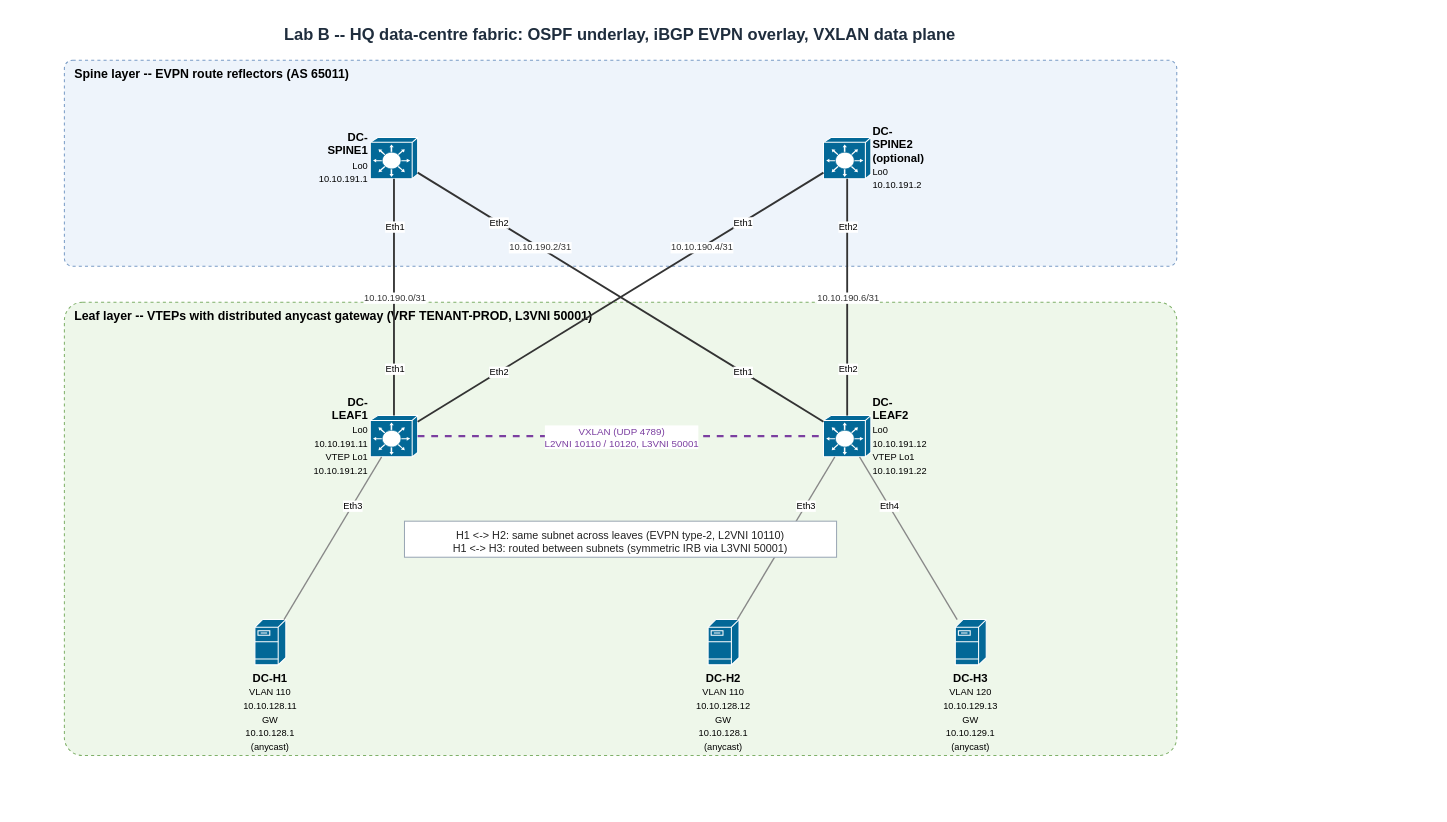
ducpham06/Assignment2-Computer-Network keeps this draw.io diagram as diagrams/05-dc-evpn-fabric.drawio. Above is the earlier version. Source tidied: cells renumbered, new cells numbered last; positions are measured from the earlier drawing's top-left corner, leaving out a move shared by most shapes. Both pictures are drawn from the tidied source at 103%, with x=0, y=0 at pixel (64, 18).
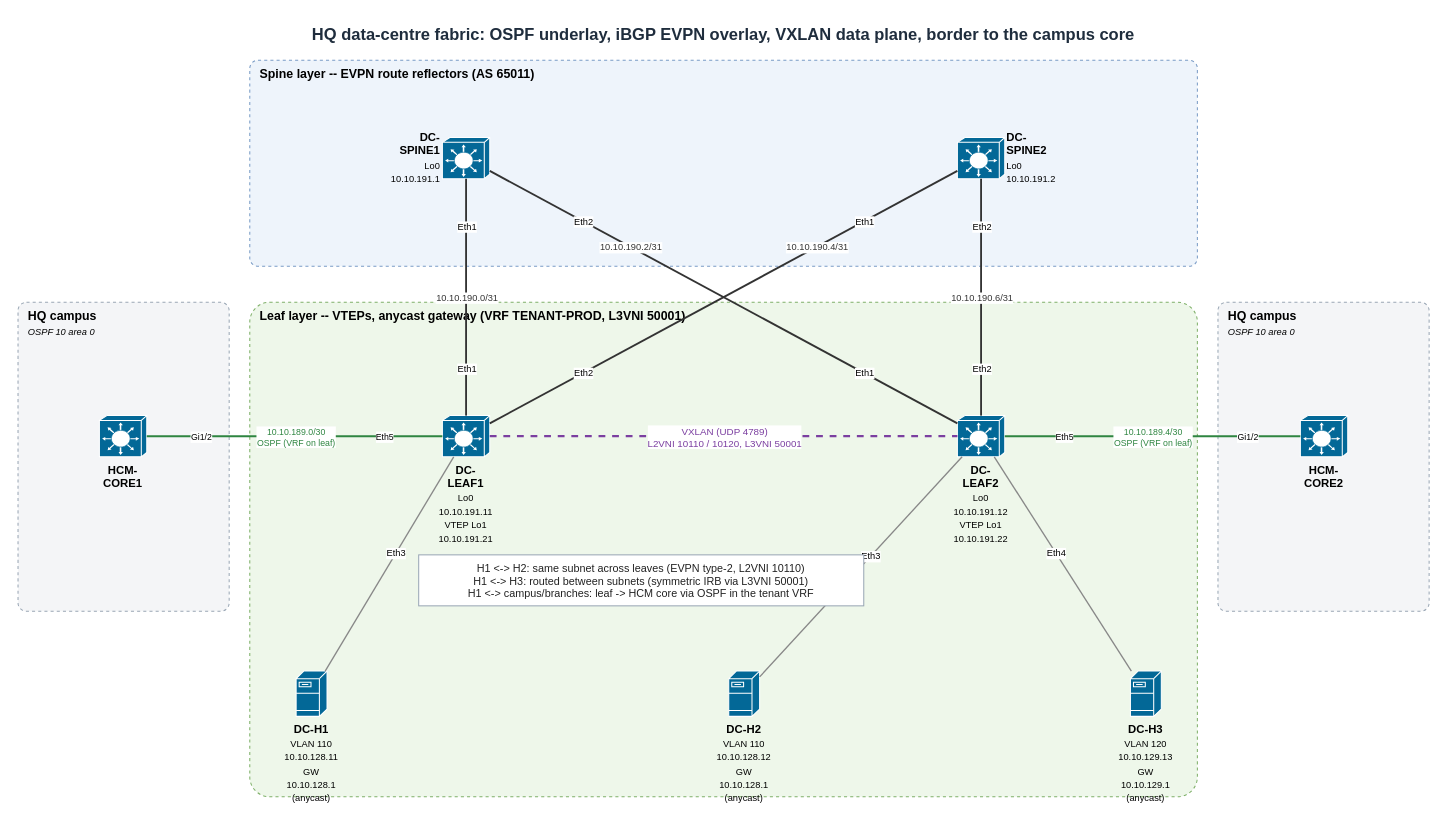
The same page after the edit.

The edit, as a diff of the source:
```diff
@@
     <mxCell id="2" value="Spine layer -- EVPN route reflectors (AS 65011)" style="rounded=1;arcSize=4;whiteSpace=wrap;html=1;fillColor=#eef4fb;strokeColor=#7a9cc6;dashed=1;verticalAlign=top;align=left;spacingLeft=8;fontStyle=1;fontSize=12;" parent="1" vertex="1">
-      <mxGeometry y="41" width="1080" height="200" as="geometry" />
+      <mxGeometry x="180" y="41" width="920" height="200" as="geometry" />
     </mxCell>
-    <mxCell id="3" value="Leaf layer -- VTEPs with distributed anycast gateway (VRF TENANT-PROD, L3VNI 50001)" style="rounded=1;arcSize=4;whiteSpace=wrap;html=1;fillColor=#eef7ea;strokeColor=#7fb069;dashed=1;verticalAlign=top;align=left;spacingLeft=8;fontStyle=1;fontSize=12;" parent="1" vertex="1">
-      <mxGeometry y="276" width="1080" height="440" as="geometry" />
+    <mxCell id="3" value="Leaf layer -- VTEPs, anycast gateway (VRF TENANT-PROD, L3VNI 50001)" style="rounded=1;arcSize=4;whiteSpace=wrap;html=1;fillColor=#eef7ea;strokeColor=#7fb069;dashed=1;verticalAlign=top;align=left;spacingLeft=8;fontStyle=1;fontSize=12;" parent="1" vertex="1">
+      <mxGeometry x="180" y="276" width="920" height="480" as="geometry" />
     </mxCell>
-    <mxCell id="4" value="&lt;b&gt;DC-SPINE1&lt;/b&gt;&lt;br&gt;&lt;span style='font-size:9px'&gt;Lo0 10.10.191.1&lt;/span&gt;" style="shape=mxgraph.cisco.switches.layer_3_switch;fillColor=#036897;strokeColor=#ffffff;html=1;whiteSpace=wrap;fontSize=11;labelPosition=left;align=right;verticalAlign=middle;" parent="1" vertex="1">
-      <mxGeometry x="297" y="116" width="46" height="40" as="geometry" />
+    <mxCell id="4" value="HQ campus&lt;br&gt;&lt;i style='font-weight:normal;font-size:9px'&gt;OSPF 10 area 0&lt;/i&gt;" style="rounded=1;arcSize=4;whiteSpace=wrap;html=1;fillColor=#f4f5f7;strokeColor=#9aa7b5;dashed=1;verticalAlign=top;align=left;spacingLeft=8;fontStyle=1;fontSize=12;" parent="1" vertex="1">
+      <mxGeometry x="-45" y="276" width="205" height="300" as="geometry" />
     </mxCell>
-    <mxCell id="5" value="&lt;b&gt;DC-SPINE2 (optional)&lt;/b&gt;&lt;br&gt;&lt;span style='font-size:9px'&gt;Lo0 10.10.191.2&lt;/span&gt;" style="shape=mxgraph.cisco.switches.layer_3_switch;fillColor=#036897;strokeColor=#ffffff;html=1;whiteSpace=wrap;fontSize=11;labelPosition=right;align=left;verticalAlign=middle;" parent="1" vertex="1">
-      <mxGeometry x="737" y="116" width="46" height="40" as="geometry" />
+    <mxCell id="5" value="HQ campus&lt;br&gt;&lt;i style='font-weight:normal;font-size:9px'&gt;OSPF 10 area 0&lt;/i&gt;" style="rounded=1;arcSize=4;whiteSpace=wrap;html=1;fillColor=#f4f5f7;strokeColor=#9aa7b5;dashed=1;verticalAlign=top;align=left;spacingLeft=8;fontStyle=1;fontSize=12;" parent="1" vertex="1">
+      <mxGeometry x="1120" y="276" width="205" height="300" as="geometry" />
     </mxCell>
-    <mxCell id="6" value="&lt;b&gt;DC-LEAF1&lt;/b&gt;&lt;br&gt;&lt;span style='font-size:9px'&gt;Lo0 10.10.191.11&lt;/span&gt;&lt;br&gt;&lt;span style='font-size:9px'&gt;VTEP Lo1 10.10.191.21&lt;/span&gt;" style="shape=mxgraph.cisco.switches.layer_3_switch;fillColor=#036897;strokeColor=#ffffff;html=1;whiteSpace=wrap;fontSize=11;labelPosition=left;align=right;verticalAlign=middle;" parent="1" vertex="1">
-      <mxGeometry x="297" y="386" width="46" height="40" as="geometry" />
+    <mxCell id="6" value="&lt;b&gt;DC-SPINE1&lt;/b&gt;&lt;br&gt;&lt;span style='font-size:9px'&gt;Lo0 10.10.191.1&lt;/span&gt;" style="shape=mxgraph.cisco.switches.layer_3_switch;fillColor=#036897;strokeColor=#ffffff;html=1;whiteSpace=wrap;fontSize=11;labelPosition=left;align=right;verticalAlign=middle;" parent="1" vertex="1">
+      <mxGeometry x="367" y="116" width="46" height="40" as="geometry" />
     </mxCell>
-    <mxCell id="7" value="&lt;b&gt;DC-LEAF2&lt;/b&gt;&lt;br&gt;&lt;span style='font-size:9px'&gt;Lo0 10.10.191.12&lt;/span&gt;&lt;br&gt;&lt;span style='font-size:9px'&gt;VTEP Lo1 10.10.191.22&lt;/span&gt;" style="shape=mxgraph.cisco.switches.layer_3_switch;fillColor=#036897;strokeColor=#ffffff;html=1;whiteSpace=wrap;fontSize=11;labelPosition=right;align=left;verticalAlign=middle;" parent="1" vertex="1">
-      <mxGeometry x="737" y="386" width="46" height="40" as="geometry" />
+    <mxCell id="7" value="&lt;b&gt;DC-SPINE2&lt;/b&gt;&lt;br&gt;&lt;span style='font-size:9px'&gt;Lo0 10.10.191.2&lt;/span&gt;" style="shape=mxgraph.cisco.switches.layer_3_switch;fillColor=#036897;strokeColor=#ffffff;html=1;whiteSpace=wrap;fontSize=11;labelPosition=right;align=left;verticalAlign=middle;" parent="1" vertex="1">
+      <mxGeometry x="867" y="116" width="46" height="40" as="geometry" />
     </mxCell>
-    <mxCell id="8" value="&lt;b&gt;DC-H1&lt;/b&gt;&lt;br&gt;&lt;span style='font-size:9px'&gt;VLAN 110 10.10.128.11&lt;/span&gt;&lt;br&gt;&lt;span style='font-size:9px'&gt;GW 10.10.128.1 (anycast)&lt;/span&gt;" style="shape=mxgraph.cisco.servers.fileserver;fillColor=#036897;strokeColor=#ffffff;html=1;whiteSpace=wrap;fontSize=11;verticalLabelPosition=bottom;verticalAlign=top;" parent="1" vertex="1">
-      <mxGeometry x="185" y="584" width="30" height="44" as="geometry" />
+    <mxCell id="8" value="&lt;b&gt;DC-LEAF1&lt;/b&gt;&lt;br&gt;&lt;span style='font-size:9px'&gt;Lo0 10.10.191.11&lt;/span&gt;&lt;br&gt;&lt;span style='font-size:9px'&gt;VTEP Lo1 10.10.191.21&lt;/span&gt;" style="shape=mxgraph.cisco.switches.layer_3_switch;fillColor=#036897;strokeColor=#ffffff;html=1;whiteSpace=wrap;fontSize=11;verticalLabelPosition=bottom;verticalAlign=top;" parent="1" vertex="1">
+      <mxGeometry x="367" y="386" width="46" height="40" as="geometry" />
     </mxCell>
-    <mxCell id="9" value="&lt;b&gt;DC-H2&lt;/b&gt;&lt;br&gt;&lt;span style='font-size:9px'&gt;VLAN 110 10.10.128.12&lt;/span&gt;&lt;br&gt;&lt;span style='font-size:9px'&gt;GW 10.10.128.1 (anycast)&lt;/span&gt;" style="shape=mxgraph.cisco.servers.fileserver;fillColor=#036897;strokeColor=#ffffff;html=1;whiteSpace=wrap;fontSize=11;verticalLabelPosition=bottom;verticalAlign=top;" parent="1" vertex="1">
-      <mxGeometry x="625" y="584" width="30" height="44" as="geometry" />
+    <mxCell id="9" value="&lt;b&gt;DC-LEAF2&lt;/b&gt;&lt;br&gt;&lt;span style='font-size:9px'&gt;Lo0 10.10.191.12&lt;/span&gt;&lt;br&gt;&lt;span style='font-size:9px'&gt;VTEP Lo1 10.10.191.22&lt;/span&gt;" style="shape=mxgraph.cisco.switches.layer_3_switch;fillColor=#036897;strokeColor=#ffffff;html=1;whiteSpace=wrap;fontSize=11;verticalLabelPosition=bottom;verticalAlign=top;" parent="1" vertex="1">
+      <mxGeometry x="867" y="386" width="46" height="40" as="geometry" />
     </mxCell>
-    <mxCell id="10" value="&lt;b&gt;DC-H3&lt;/b&gt;&lt;br&gt;&lt;span style='font-size:9px'&gt;VLAN 120 10.10.129.13&lt;/span&gt;&lt;br&gt;&lt;span style='font-size:9px'&gt;GW 10.10.129.1 (anycast)&lt;/span&gt;" style="shape=mxgraph.cisco.servers.fileserver;fillColor=#036897;strokeColor=#ffffff;html=1;whiteSpace=wrap;fontSize=11;verticalLabelPosition=bottom;verticalAlign=top;" parent="1" vertex="1">
-      <mxGeometry x="865" y="584" width="30" height="44" as="geometry" />
+    <mxCell id="10" value="&lt;b&gt;HCM-CORE1&lt;/b&gt;" style="shape=mxgraph.cisco.switches.layer_3_switch;fillColor=#036897;strokeColor=#ffffff;html=1;whiteSpace=wrap;fontSize=11;verticalLabelPosition=bottom;verticalAlign=top;" parent="1" vertex="1">
+      <mxGeometry x="34" y="386" width="46" height="40" as="geometry" />
     </mxCell>
-    <mxCell id="11" style="endArrow=none;html=1;rounded=0;strokeWidth=1.8;strokeColor=#333;" parent="1" edge="1" source="4" target="6">
-      <mxGeometry relative="1" as="geometry" />
+    <mxCell id="11" value="&lt;b&gt;HCM-CORE2&lt;/b&gt;" style="shape=mxgraph.cisco.switches.layer_3_switch;fillColor=#036897;strokeColor=#ffffff;html=1;whiteSpace=wrap;fontSize=11;verticalLabelPosition=bottom;verticalAlign=top;" parent="1" vertex="1">
+      <mxGeometry x="1200" y="386" width="46" height="40" as="geometry" />
     </mxCell>
-    <mxCell id="12" value="Eth1" style="edgeLabel;html=1;align=center;verticalAlign=middle;points=[];fontSize=9;fontColor=#000000;labelBackgroundColor=#ffffff;" parent="11" vertex="1">
-      <mxGeometry x="-0.6" relative="1" as="geometry" />
+    <mxCell id="12" value="&lt;b&gt;DC-H1&lt;/b&gt;&lt;br&gt;&lt;span style='font-size:9px'&gt;VLAN 110 10.10.128.11&lt;/span&gt;&lt;br&gt;&lt;span style='font-size:9px'&gt;GW 10.10.128.1 (anycast)&lt;/span&gt;" style="shape=mxgraph.cisco.servers.fileserver;fillColor=#036897;strokeColor=#ffffff;html=1;whiteSpace=wrap;fontSize=11;verticalLabelPosition=bottom;verticalAlign=top;" parent="1" vertex="1">
+      <mxGeometry x="225" y="634" width="30" height="44" as="geometry" />
     </mxCell>
-    <mxCell id="13" value="Eth1" style="edgeLabel;html=1;align=center;verticalAlign=middle;points=[];fontSize=9;fontColor=#000000;labelBackgroundColor=#ffffff;" parent="11" vertex="1">
-      <mxGeometry x="0.6" relative="1" as="geometry" />
+    <mxCell id="13" value="&lt;b&gt;DC-H2&lt;/b&gt;&lt;br&gt;&lt;span style='font-size:9px'&gt;VLAN 110 10.10.128.12&lt;/span&gt;&lt;br&gt;&lt;span style='font-size:9px'&gt;GW 10.10.128.1 (anycast)&lt;/span&gt;" style="shape=mxgraph.cisco.servers.fileserver;fillColor=#036897;strokeColor=#ffffff;html=1;whiteSpace=wrap;fontSize=11;verticalLabelPosition=bottom;verticalAlign=top;" parent="1" vertex="1">
+      <mxGeometry x="645" y="634" width="30" height="44" as="geometry" />
     </mxCell>
-    <mxCell id="14" value="10.10.190.0/31" style="edgeLabel;html=1;align=center;verticalAlign=middle;points=[];fontSize=9;fontColor=#333;labelBackgroundColor=#ffffff;" parent="11" vertex="1">
-      <mxGeometry relative="1" as="geometry" />
+    <mxCell id="14" value="&lt;b&gt;DC-H3&lt;/b&gt;&lt;br&gt;&lt;span style='font-size:9px'&gt;VLAN 120 10.10.129.13&lt;/span&gt;&lt;br&gt;&lt;span style='font-size:9px'&gt;GW 10.10.129.1 (anycast)&lt;/span&gt;" style="shape=mxgraph.cisco.servers.fileserver;fillColor=#036897;strokeColor=#ffffff;html=1;whiteSpace=wrap;fontSize=11;verticalLabelPosition=bottom;verticalAlign=top;" parent="1" vertex="1">
+      <mxGeometry x="1035" y="634" width="30" height="44" as="geometry" />
     </mxCell>
-    <mxCell id="15" style="endArrow=none;html=1;rounded=0;strokeWidth=1.8;strokeColor=#333;" parent="1" edge="1" source="4" target="7">
+    <mxCell id="15" style="endArrow=none;html=1;rounded=0;strokeWidth=1.8;strokeColor=#333;" parent="1" edge="1" source="6" target="8">
       <mxGeometry relative="1" as="geometry" />
     </mxCell>
-    <mxCell id="16" value="Eth2" style="edgeLabel;html=1;align=center;verticalAlign=middle;fontSize=9;fontColor=#000000;labelBackgroundColor=#ffffff;" parent="15" vertex="1">
+    <mxCell id="16" value="Eth1" style="edgeLabel;html=1;align=center;verticalAlign=middle;fontSize=9;fontColor=#000000;labelBackgroundColor=#ffffff;" parent="15" vertex="1">
       <mxGeometry x="-0.6" relative="1" as="geometry" />
     </mxCell>
@@
-    <mxCell id="18" value="10.10.190.2/31" style="edgeLabel;html=1;align=center;verticalAlign=middle;fontSize=9;fontColor=#333;labelBackgroundColor=#ffffff;" parent="15" vertex="1">
-      <mxGeometry x="-0.4" relative="1" as="geometry" />
+    <mxCell id="18" value="10.10.190.0/31" style="edgeLabel;html=1;align=center;verticalAlign=middle;fontSize=9;fontColor=#333;labelBackgroundColor=#ffffff;" parent="15" vertex="1">
+      <mxGeometry relative="1" as="geometry" />
     </mxCell>
-    <mxCell id="19" style="endArrow=none;html=1;rounded=0;strokeWidth=1.8;strokeColor=#333;" parent="1" edge="1" source="5" target="6">
+    <mxCell id="19" style="endArrow=none;html=1;rounded=0;strokeWidth=1.8;strokeColor=#333;" parent="1" edge="1" source="6" target="9">
       <mxGeometry relative="1" as="geometry" />
     </mxCell>
-    <mxCell id="20" value="Eth1" style="edgeLabel;html=1;align=center;verticalAlign=middle;fontSize=9;fontColor=#000000;labelBackgroundColor=#ffffff;" parent="19" vertex="1">
+    <mxCell id="20" value="Eth2" style="edgeLabel;html=1;align=center;verticalAlign=middle;fontSize=9;fontColor=#000000;labelBackgroundColor=#ffffff;" parent="19" vertex="1">
       <mxGeometry x="-0.6" relative="1" as="geometry" />
     </mxCell>
-    <mxCell id="21" value="Eth2" style="edgeLabel;html=1;align=center;verticalAlign=middle;fontSize=9;fontColor=#000000;labelBackgroundColor=#ffffff;" parent="19" vertex="1">
+    <mxCell id="21" value="Eth1" style="edgeLabel;html=1;align=center;verticalAlign=middle;fontSize=9;fontColor=#000000;labelBackgroundColor=#ffffff;" parent="19" vertex="1">
       <mxGeometry x="0.6" relative="1" as="geometry" />
     </mxCell>
-    <mxCell id="22" value="10.10.190.4/31" style="edgeLabel;html=1;align=center;verticalAlign=middle;fontSize=9;fontColor=#333;labelBackgroundColor=#ffffff;" parent="19" vertex="1">
+    <mxCell id="22" value="10.10.190.2/31" style="edgeLabel;html=1;align=center;verticalAlign=middle;fontSize=9;fontColor=#333;labelBackgroundColor=#ffffff;" parent="19" vertex="1">
       <mxGeometry x="-0.4" relative="1" as="geometry" />
     </mxCell>
-    <mxCell id="23" style="endArrow=none;html=1;rounded=0;strokeWidth=1.8;strokeColor=#333;" parent="1" edge="1" source="5" target="7">
+    <mxCell id="23" style="endArrow=none;html=1;rounded=0;strokeWidth=1.8;strokeColor=#333;" parent="1" edge="1" source="7" target="8">
       <mxGeometry relative="1" as="geometry" />
     </mxCell>
-    <mxCell id="24" value="Eth2" style="edgeLabel;html=1;align=center;verticalAlign=middle;fontSize=9;fontColor=#000000;labelBackgroundColor=#ffffff;" parent="23" vertex="1">
+    <mxCell id="24" value="Eth1" style="edgeLabel;html=1;align=center;verticalAlign=middle;fontSize=9;fontColor=#000000;labelBackgroundColor=#ffffff;" parent="23" vertex="1">
       <mxGeometry x="-0.6" relative="1" as="geometry" />
     </mxCell>
@@
-    <mxCell id="26" value="10.10.190.6/31" style="edgeLabel;html=1;align=center;verticalAlign=middle;fontSize=9;fontColor=#333;labelBackgroundColor=#ffffff;" parent="23" vertex="1">
-      <mxGeometry relative="1" as="geometry" />
+    <mxCell id="26" value="10.10.190.4/31" style="edgeLabel;html=1;align=center;verticalAlign=middle;fontSize=9;fontColor=#333;labelBackgroundColor=#ffffff;" parent="23" vertex="1">
+      <mxGeometry x="-0.4" relative="1" as="geometry" />
     </mxCell>
-    <mxCell id="27" style="endArrow=none;html=1;rounded=0;strokeWidth=2.2;strokeColor=#7b3fa0;dashed=1;" parent="1" edge="1" source="6" target="7">
+    <mxCell id="27" style="endArrow=none;html=1;rounded=0;strokeWidth=1.8;strokeColor=#333;" parent="1" edge="1" source="7" target="9">
       <mxGeometry relative="1" as="geometry" />
     </mxCell>
-    <mxCell id="28" value="VXLAN (UDP 4789)&lt;br&gt;L2VNI 10110 / 10120, L3VNI 50001" style="edgeLabel;html=1;align=center;verticalAlign=middle;fontSize=9.5;fontColor=#7b3fa0;labelBackgroundColor=#ffffff;" parent="27" vertex="1">
-      <mxGeometry relative="1" as="geometry" />
+    <mxCell id="28" value="Eth2" style="edgeLabel;html=1;align=center;verticalAlign=middle;fontSize=9;fontColor=#000000;labelBackgroundColor=#ffffff;" parent="27" vertex="1">
+      <mxGeometry x="-0.6" relative="1" as="geometry" />
     </mxCell>
-    <mxCell id="29" style="endArrow=none;html=1;rounded=0;strokeWidth=1.3;strokeColor=#888;" parent="1" edge="1" source="6" target="8">
-      <mxGeometry relative="1" as="geometry" />
+    <mxCell id="29" value="Eth2" style="edgeLabel;html=1;align=center;verticalAlign=middle;fontSize=9;fontColor=#000000;labelBackgroundColor=#ffffff;" parent="27" vertex="1">
+      <mxGeometry x="0.6" relative="1" as="geometry" />
     </mxCell>
-    <mxCell id="30" value="Eth3" style="edgeLabel;html=1;align=center;verticalAlign=middle;fontSize=9;fontColor=#000000;labelBackgroundColor=#ffffff;" parent="29" vertex="1">
-      <mxGeometry x="-0.4" relative="1" as="geometry" />
+    <mxCell id="30" value="10.10.190.6/31" style="edgeLabel;html=1;align=center;verticalAlign=middle;fontSize=9;fontColor=#333;labelBackgroundColor=#ffffff;" parent="27" vertex="1">
+      <mxGeometry relative="1" as="geometry" />
     </mxCell>
-    <mxCell id="31" style="endArrow=none;html=1;rounded=0;strokeWidth=1.3;strokeColor=#888;" parent="1" edge="1" source="7" target="9">
+    <mxCell id="31" style="endArrow=none;html=1;rounded=0;strokeWidth=2.0;strokeColor=#2e8540;" parent="1" edge="1" source="10" target="8">
       <mxGeometry relative="1" as="geometry" />
     </mxCell>
-    <mxCell id="32" value="Eth3" style="edgeLabel;html=1;align=center;verticalAlign=middle;fontSize=9;fontColor=#000000;labelBackgroundColor=#ffffff;" parent="31" vertex="1">
-      <mxGeometry x="-0.4" relative="1" as="geometry" />
+    <mxCell id="32" value="Gi1/2" style="edgeLabel;html=1;align=center;verticalAlign=middle;fontSize=8.5;fontColor=#000000;labelBackgroundColor=#ffffff;" parent="31" vertex="1">
+      <mxGeometry x="-0.64" relative="1" as="geometry" />
     </mxCell>
-    <mxCell id="33" style="endArrow=none;html=1;rounded=0;strokeWidth=1.3;strokeColor=#888;" parent="1" edge="1" source="7" target="10">
-      <mxGeometry relative="1" as="geometry" />
+    <mxCell id="33" value="Eth5" style="edgeLabel;html=1;align=center;verticalAlign=middle;fontSize=8.5;fontColor=#000000;labelBackgroundColor=#ffffff;" parent="31" vertex="1">
+      <mxGeometry x="0.6" relative="1" as="geometry" />
     </mxCell>
-    <mxCell id="34" value="Eth4" style="edgeLabel;html=1;align=center;verticalAlign=middle;fontSize=9;fontColor=#000000;labelBackgroundColor=#ffffff;" parent="33" vertex="1">
-      <mxGeometry x="-0.4" relative="1" as="geometry" />
+    <mxCell id="34" value="10.10.189.0/30&lt;br&gt;OSPF (VRF on leaf)" style="edgeLabel;html=1;align=center;verticalAlign=middle;fontSize=8.5;fontColor=#2e8540;labelBackgroundColor=#ffffff;" parent="31" vertex="1">
+      <mxGeometry relative="1" as="geometry" />
     </mxCell>
-    <mxCell id="35" value="Lab B -- HQ data-centre fabric: OSPF underlay, iBGP EVPN overlay, VXLAN data plane" style="text;html=1;whiteSpace=wrap;fontSize=16;fontColor=#1f2d3d;fontStyle=1;align=center;" parent="1" vertex="1">
-      <mxGeometry x="141.4" width="797.2" height="26" as="geometry" />
+    <mxCell id="35" style="endArrow=none;html=1;rounded=0;strokeWidth=2.0;strokeColor=#2e8540;" parent="1" edge="1" source="11" target="9">
+      <mxGeometry relative="1" as="geometry" />
     </mxCell>
-    <mxCell id="36" value="H1 &lt;-&gt; H2: same subnet across leaves (EVPN type-2, L2VNI 10110)&lt;br&gt;H1 &lt;-&gt; H3: routed between subnets (symmetric IRB via L3VNI 50001)" style="text;html=1;whiteSpace=wrap;fontSize=10.5;fontColor=#222;fillColor=#ffffff;strokeColor=#9aa7b5;align=center;" parent="1" vertex="1">
-      <mxGeometry x="330.2" y="488.5" width="419.5" height="35" as="geometry" />
+    <mxCell id="36" value="Gi1/2" style="edgeLabel;html=1;align=center;verticalAlign=middle;fontSize=8.5;fontColor=#000000;labelBackgroundColor=#ffffff;" parent="35" vertex="1">
+      <mxGeometry x="-0.64" relative="1" as="geometry" />
     </mxCell>
+    <mxCell id="37" value="Eth5" style="edgeLabel;html=1;align=center;verticalAlign=middle;fontSize=8.5;fontColor=#000000;labelBackgroundColor=#ffffff;" parent="35" vertex="1">
+      <mxGeometry x="0.6" relative="1" as="geometry" />
+    </mxCell>
+    <mxCell id="38" value="10.10.189.4/30&lt;br&gt;OSPF (VRF on leaf)" style="edgeLabel;html=1;align=center;verticalAlign=middle;fontSize=8.5;fontColor=#2e8540;labelBackgroundColor=#ffffff;" parent="35" vertex="1">
+      <mxGeometry relative="1" as="geometry" />
+    </mxCell>
+    <mxCell id="39" style="endArrow=none;html=1;rounded=0;strokeWidth=2.2;strokeColor=#7b3fa0;dashed=1;" parent="1" edge="1" source="8" target="9">
+      <mxGeometry relative="1" as="geometry" />
+    </mxCell>
+    <mxCell id="40" value="VXLAN (UDP 4789)&lt;br&gt;L2VNI 10110 / 10120, L3VNI 50001" style="edgeLabel;html=1;align=center;verticalAlign=middle;fontSize=9.5;fontColor=#7b3fa0;labelBackgroundColor=#ffffff;" parent="39" vertex="1">
+      <mxGeometry relative="1" as="geometry" />
+    </mxCell>
+    <mxCell id="41" style="endArrow=none;html=1;rounded=0;strokeWidth=1.3;strokeColor=#888;" parent="1" edge="1" source="8" target="12">
+      <mxGeometry relative="1" as="geometry" />
+    </mxCell>
+    <mxCell id="42" value="Eth3" style="edgeLabel;html=1;align=center;verticalAlign=middle;fontSize=9;fontColor=#000000;labelBackgroundColor=#ffffff;" parent="41" vertex="1">
+      <mxGeometry x="-0.1" relative="1" as="geometry" />
+    </mxCell>
+    <mxCell id="43" style="endArrow=none;html=1;rounded=0;strokeWidth=1.3;strokeColor=#888;" parent="1" edge="1" source="9" target="13">
+      <mxGeometry relative="1" as="geometry" />
+    </mxCell>
+    <mxCell id="44" value="Eth3" style="edgeLabel;html=1;align=center;verticalAlign=middle;fontSize=9;fontColor=#000000;labelBackgroundColor=#ffffff;" parent="43" vertex="1">
+      <mxGeometry x="-0.1" relative="1" as="geometry" />
+    </mxCell>
+    <mxCell id="45" style="endArrow=none;html=1;rounded=0;strokeWidth=1.3;strokeColor=#888;" parent="1" edge="1" source="9" target="14">
+      <mxGeometry relative="1" as="geometry" />
+    </mxCell>
+    <mxCell id="46" value="Eth4" style="edgeLabel;html=1;align=center;verticalAlign=middle;fontSize=9;fontColor=#000000;labelBackgroundColor=#ffffff;" parent="45" vertex="1">
+      <mxGeometry x="-0.1" relative="1" as="geometry" />
+    </mxCell>
+    <mxCell id="47" value="HQ data-centre fabric: OSPF underlay, iBGP EVPN overlay, VXLAN data plane, border to the campus core" style="text;html=1;whiteSpace=wrap;fontSize=16;fontColor=#1f2d3d;fontStyle=1;align=center;" parent="1" vertex="1">
+      <mxGeometry x="155" width="970" height="26" as="geometry" />
+    </mxCell>
+    <mxCell id="48" value="H1 &lt;-&gt; H2: same subnet across leaves (EVPN type-2, L2VNI 10110)&lt;br&gt;H1 &lt;-&gt; H3: routed between subnets (symmetric IRB via L3VNI 50001)&lt;br&gt;H1 &lt;-&gt; campus/branches: leaf -&gt; HCM core via OSPF in the tenant VRF" style="text;html=1;whiteSpace=wrap;fontSize=10.5;fontColor=#222;fillColor=#ffffff;strokeColor=#9aa7b5;align=center;" parent="1" vertex="1">
+      <mxGeometry x="344" y="521.2" width="432.1" height="49.5" as="geometry" />
+    </mxCell>
```
